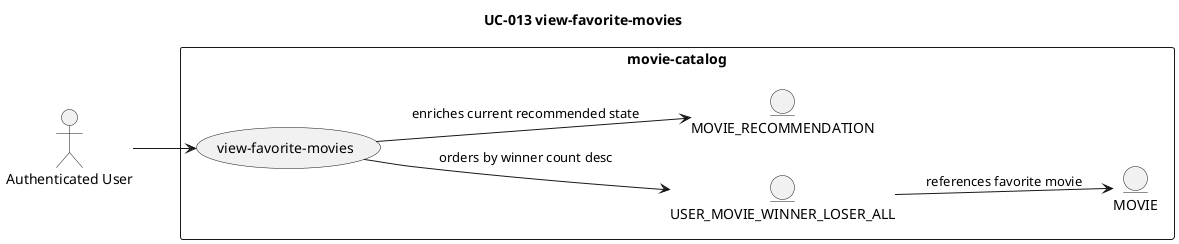
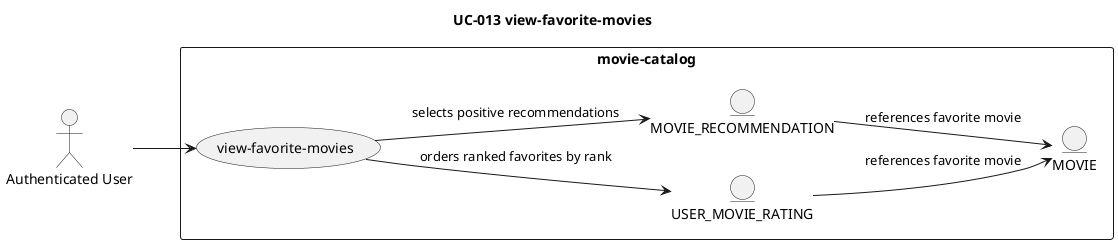
@startuml
title UC-013 view-favorite-movies
left to right direction

actor "Authenticated User" as user
rectangle "movie-catalog" {
    usecase "view-favorite-movies" as UC
-     entity "USER_MOVIE_WINNER_LOSER_ALL" as closureResult
+     entity "USER_MOVIE_RATING" as rating
    entity "MOVIE" as movie
    entity "MOVIE_RECOMMENDATION" as recommendation
}

user --> UC
- UC --> closureResult : orders by winner count desc
- closureResult --> movie : references favorite movie
- UC --> recommendation : enriches current recommended state
+ UC --> recommendation : selects positive recommendations
+ UC --> rating : orders ranked favorites by rank
+ rating --> movie : references favorite movie
+ recommendation --> movie : references favorite movie
@enduml
